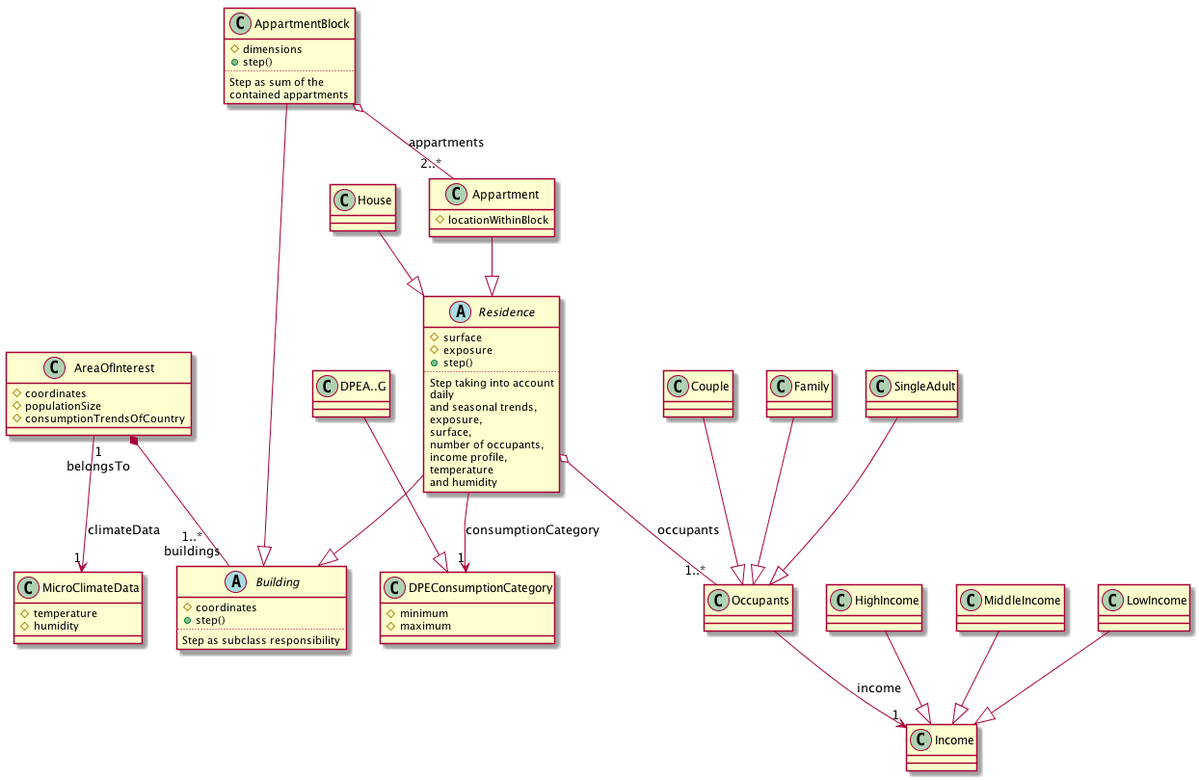
Earlier version of the PlantUML export geraniumUmlSimplified.png (npapoylias/Geranium).
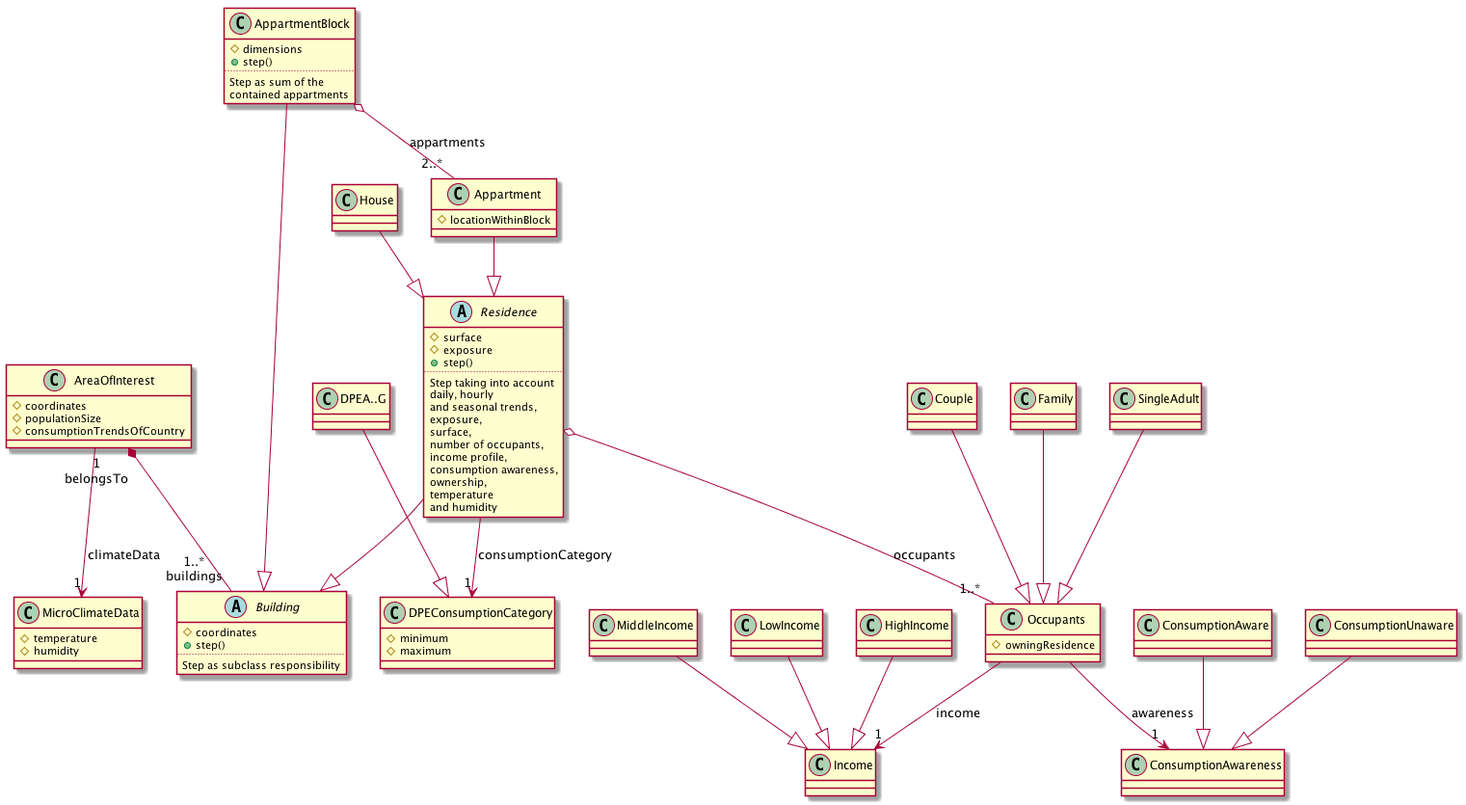
After the commit.

Diff of the diagram source:
```diff
@@ -26,12 +26,14 @@
 	+step()
 	..
 	Step taking into account
-	daily
+	daily, hourly
 	and seasonal trends,
 	exposure,
 	surface,
 	number of occupants,
 	income profile,
+	consumption awareness,
+	ownership,
 	temperature
 	and humidity
 }
@@ -64,7 +66,14 @@
 class "DPEA..G" as DPECat
 DPECat --|> DPEConsumptionCategory
 
+class Occupants{
+	#owningResidence
+}
+
 Occupants --> "1" Income: income
+Occupants --> "1" ConsumptionAwareness: awareness
+ConsumptionAware --|> ConsumptionAwareness
+ConsumptionUnaware --|> ConsumptionAwareness
 Couple --|> Occupants
 Family --|> Occupants
 SingleAdult --|> Occupants
```
